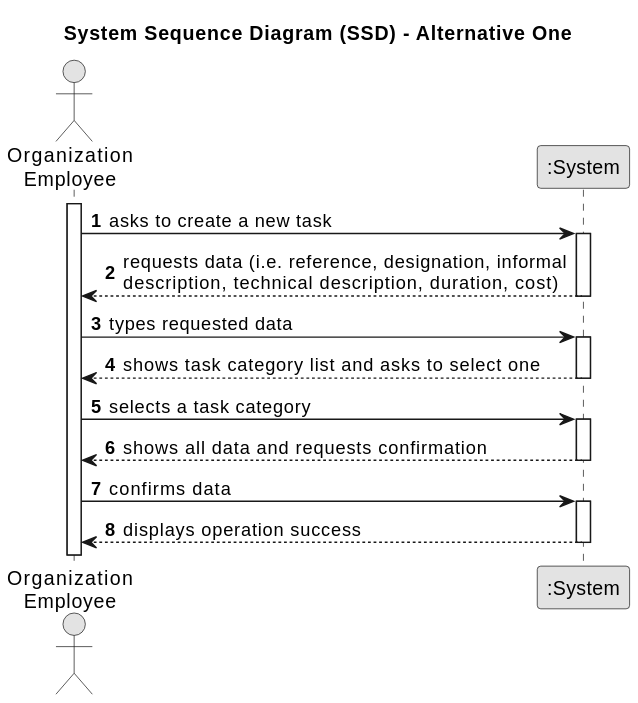
Departamento-de-Engenharia-Informatica/lei-24-s2-1dm-g132 keeps this PlantUML diagram as docs/sprintA/us008/01.requirements-engineering/svg/us008-system-sequence-diagram.svg. Above is the earlier version. Its diagram source:
```plantuml
@startuml
skinparam monochrome true
skinparam packageStyle rectangle
skinparam shadowing false

title System Sequence Diagram (SSD) - Alternative One

autonumber

actor "Organization\nEmployee" as Employee
participant ":System" as System

activate Employee

    Employee -> System : asks to create a new task
    activate System

        System --> Employee : requests data (i.e. reference, designation, informal\ndescription, technical description, duration, cost)
    deactivate System

    Employee -> System : types requested data
    activate System

        System --> Employee : shows task category list and asks to select one
    deactivate System

    Employee -> System : selects a task category
    activate System

        System --> Employee : shows all data and requests confirmation
    deactivate System

    Employee -> System : confirms data
    activate System

        System --> Employee : displays operation success
    deactivate System
@enduml
```
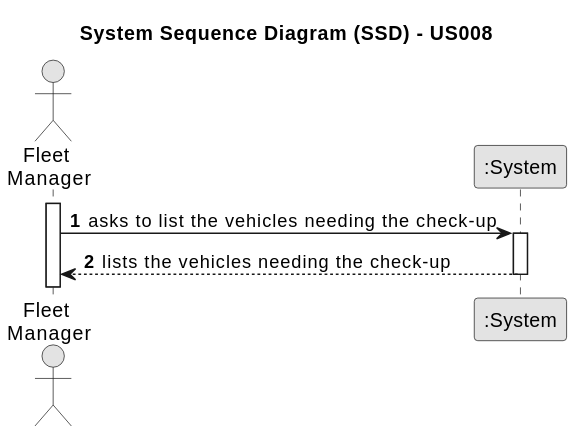
Above is the later version.

Change to the diagram source:
```diff
@@ -3,36 +3,18 @@
 skinparam packageStyle rectangle
 skinparam shadowing false
 
-title System Sequence Diagram (SSD) - Alternative One
+title System Sequence Diagram (SSD) - US008
 
 autonumber
 
-actor "Organization\nEmployee" as Employee
+actor "Fleet \nManager" as Employee
 participant ":System" as System
 
 activate Employee
 
-    Employee -> System : asks to create a new task
+    Employee -> System : asks to list the vehicles needing the check-up
     activate System
 
-        System --> Employee : requests data (i.e. reference, designation, informal\ndescription, technical description, duration, cost)
-    deactivate System
-
-    Employee -> System : types requested data
-    activate System
-
-        System --> Employee : shows task category list and asks to select one
-    deactivate System
-
-    Employee -> System : selects a task category
-    activate System
-
-        System --> Employee : shows all data and requests confirmation
-    deactivate System
-
-    Employee -> System : confirms data
-    activate System
-
-        System --> Employee : displays operation success
+    System --> Employee : lists the vehicles needing the check-up
     deactivate System
 @enduml
```
